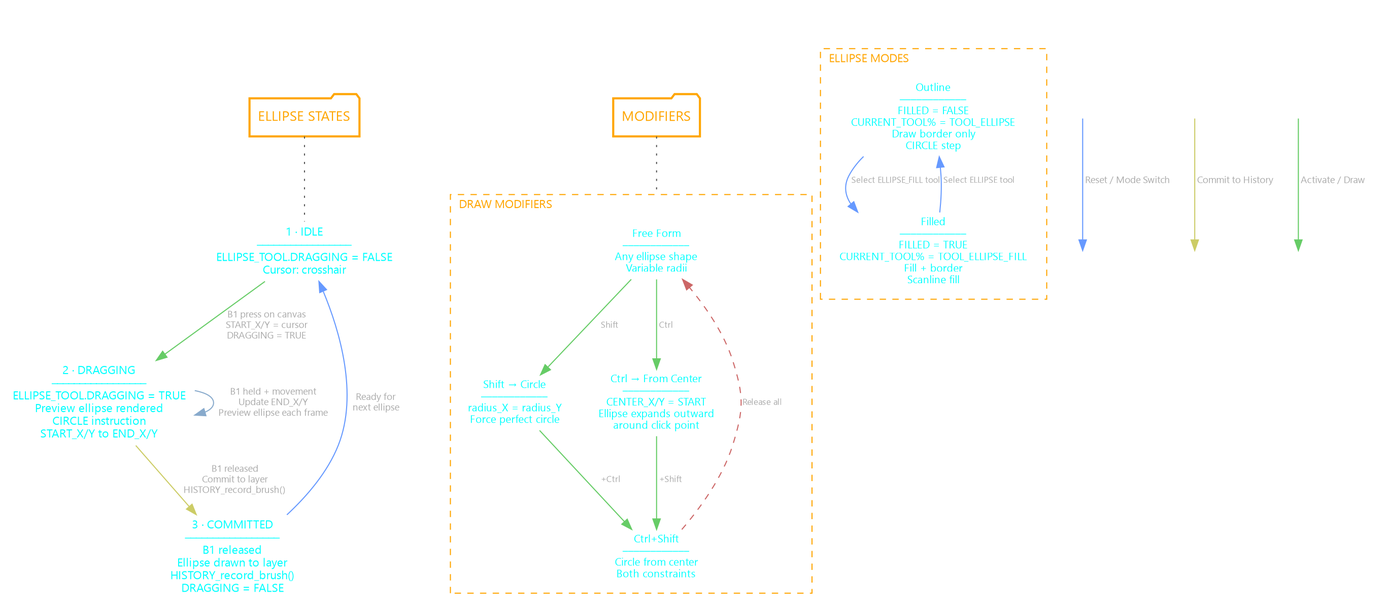
This is PLANS/diagrams/TOOLS/ELLIPSE-STATES.png from grymmjack/DRAW, a Graphviz export, as it was before one commit. Its source is kept beside it as PLANS/diagrams/TOOLS/ELLIPSE-STATES.DOT. Its diagram source:
```dot
digraph ELLIPSE_TOOL {
    label="ELLIPSE / FILLED ELLIPSE TOOL STATE MACHINE" labelloc=t labeljust=c
    ordering=out rankdir=TB
    fontcolor=white fontsize=24.0 fontname="Cascadia Code PL"
    splines=true compound=true
    bgcolor=transparent
    edge [
        color=gray fontcolor="#aaaaaa" fontsize=9.0
        fontname="Cascadia Code PL"
    ];
    node [
        color=white shape=rect style=""
        fontname="Cascadia Code PL" fontsize=11.0 fontcolor=cyan
    ];

    { node [shape=folder color=orange penwidth=2 fontcolor=orange fontsize=13.0];
        MAIN [label="ELLIPSE STATES"];
        MODS [label="MODIFIERS"];
    }

    S_IDLE [label="1 · IDLE\n─────────────────\nELLIPSE_TOOL.DRAGGING = FALSE\nCursor: crosshair"];
    S_DRAGGING [label="2 · DRAGGING\n─────────────────\nELLIPSE_TOOL.DRAGGING = TRUE\nPreview ellipse rendered\nCIRCLE instruction\nSTART_X/Y to END_X/Y"];
    S_COMMITTED [label="3 · COMMITTED\n─────────────────\nB1 released\nEllipse drawn to layer\nHISTORY_record_brush()\nDRAGGING = FALSE"];

    S_IDLE -> S_DRAGGING [label="  B1 press on canvas\n  START_X/Y = cursor\n  DRAGGING = TRUE" color="#66cc66"];
    S_DRAGGING -> S_DRAGGING [label="  B1 held + movement\n  Update END_X/Y\n  Preview ellipse each frame" color="#88aacc"];
    S_DRAGGING -> S_COMMITTED [label="  B1 released\n  Commit to layer\n  HISTORY_record_brush()" color="#cccc66"];
    S_COMMITTED -> S_IDLE [label="  Ready for\n  next ellipse" color="#6699ff"];

    subgraph cluster_modes {
        label="ELLIPSE MODES" labelloc=t labeljust=l
        fontcolor=orange fontsize=11.0 fontname="Cascadia Code PL"
        color=orange style=dashed penwidth=1

        EM_OUTLINE [label="Outline\n────────────\nFILLED = FALSE\nCURRENT_TOOL% = TOOL_ELLIPSE\nDraw border only\nCIRCLE step" fontsize=10.0];
        EM_FILLED [label="Filled\n────────────\nFILLED = TRUE\nCURRENT_TOOL% = TOOL_ELLIPSE_FILL\nFill + border\nScanline fill" fontsize=10.0];

        EM_OUTLINE -> EM_FILLED [label=" Select ELLIPSE_FILL tool" color="#6699ff" fontsize=8.0];
        EM_FILLED -> EM_OUTLINE [label=" Select ELLIPSE tool" color="#6699ff" fontsize=8.0];
    }

    subgraph cluster_mods {
        label="DRAW MODIFIERS" labelloc=t labeljust=l
        fontcolor=orange fontsize=11.0 fontname="Cascadia Code PL"
        color=orange style=dashed penwidth=1

        M_FREE [label="Free Form\n────────────\nAny ellipse shape\nVariable radii" fontsize=10.0];
        M_CIRCLE [label="Shift → Circle\n────────────\nradius_X = radius_Y\nForce perfect circle" fontsize=10.0];
        M_CENTER [label="Ctrl → From Center\n────────────\nCENTER_X/Y = START\nEllipse expands outward\naround click point" fontsize=10.0];
        M_BOTH [label="Ctrl+Shift\n────────────\nCircle from center\nBoth constraints" fontsize=10.0];

        M_FREE -> M_CIRCLE [label=" Shift" color="#66cc66" fontsize=8.0];
        M_FREE -> M_CENTER [label=" Ctrl" color="#66cc66" fontsize=8.0];
        M_CIRCLE -> M_BOTH [label=" +Ctrl" color="#66cc66" fontsize=8.0];
        M_CENTER -> M_BOTH [label=" +Shift" color="#66cc66" fontsize=8.0];
        M_BOTH -> M_FREE [label=" Release all" color="#cc6666" fontsize=8.0 style=dashed];
    }

    MAIN -> S_IDLE [arrowhead=none color="#555555" style=dotted];
    MODS -> M_FREE [arrowhead=none color="#555555" style=dotted lhead=cluster_mods];
    { rank=min; MAIN; MODS }

    subgraph cluster_legend {
        label="LEGEND" labelloc=t labeljust=l
        fontcolor=white fontsize=11.0 fontname="Cascadia Code PL"
        color=white style=dashed penwidth=1
        L1 [label="" shape=point width=0.01]; L2 [label="" shape=point width=0.01];
        L3 [label="" shape=point width=0.01]; L4 [label="" shape=point width=0.01];
        L5 [label="" shape=point width=0.01]; L6 [label="" shape=point width=0.01];
        L1 -> L2 [label=" Activate / Draw" arrowhead=normal color="#66cc66" fontsize=9.0];
        L3 -> L4 [label=" Commit to History" arrowhead=normal color="#cccc66" fontsize=9.0];
        L5 -> L6 [label=" Reset / Mode Switch" arrowhead=normal color="#6699ff" fontsize=9.0];
    }
}
```
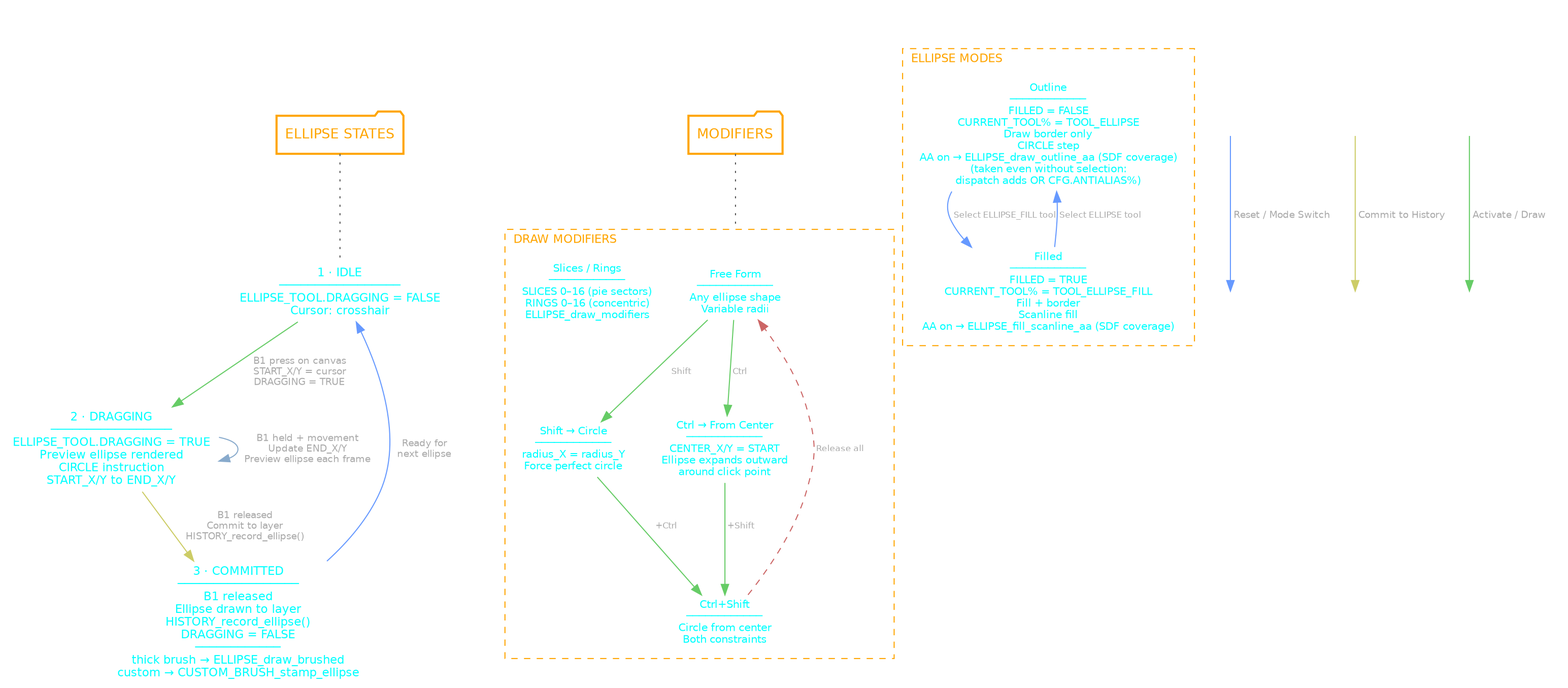
The same diagram one commit later.

Diff of the diagram source:
```diff
@@ -20,11 +20,11 @@
 
     S_IDLE [label="1 · IDLE\n─────────────────\nELLIPSE_TOOL.DRAGGING = FALSE\nCursor: crosshair"];
     S_DRAGGING [label="2 · DRAGGING\n─────────────────\nELLIPSE_TOOL.DRAGGING = TRUE\nPreview ellipse rendered\nCIRCLE instruction\nSTART_X/Y to END_X/Y"];
-    S_COMMITTED [label="3 · COMMITTED\n─────────────────\nB1 released\nEllipse drawn to layer\nHISTORY_record_brush()\nDRAGGING = FALSE"];
+    S_COMMITTED [label="3 · COMMITTED\n─────────────────\nB1 released\nEllipse drawn to layer\nHISTORY_record_ellipse()\nDRAGGING = FALSE\n────────────\nthick brush → ELLIPSE_draw_brushed\ncustom → CUSTOM_BRUSH_stamp_ellipse"];
 
     S_IDLE -> S_DRAGGING [label="  B1 press on canvas\n  START_X/Y = cursor\n  DRAGGING = TRUE" color="#66cc66"];
     S_DRAGGING -> S_DRAGGING [label="  B1 held + movement\n  Update END_X/Y\n  Preview ellipse each frame" color="#88aacc"];
-    S_DRAGGING -> S_COMMITTED [label="  B1 released\n  Commit to layer\n  HISTORY_record_brush()" color="#cccc66"];
+    S_DRAGGING -> S_COMMITTED [label="  B1 released\n  Commit to layer\n  HISTORY_record_ellipse()" color="#cccc66"];
     S_COMMITTED -> S_IDLE [label="  Ready for\n  next ellipse" color="#6699ff"];
 
     subgraph cluster_modes {
@@ -32,8 +32,8 @@
         fontcolor=orange fontsize=11.0 fontname="Cascadia Code PL"
         color=orange style=dashed penwidth=1
 
-        EM_OUTLINE [label="Outline\n────────────\nFILLED = FALSE\nCURRENT_TOOL% = TOOL_ELLIPSE\nDraw border only\nCIRCLE step" fontsize=10.0];
-        EM_FILLED [label="Filled\n────────────\nFILLED = TRUE\nCURRENT_TOOL% = TOOL_ELLIPSE_FILL\nFill + border\nScanline fill" fontsize=10.0];
+        EM_OUTLINE [label="Outline\n────────────\nFILLED = FALSE\nCURRENT_TOOL% = TOOL_ELLIPSE\nDraw border only\nCIRCLE step\nAA on → ELLIPSE_draw_outline_aa (SDF coverage)\n(taken even without selection:\ndispatch adds OR CFG.ANTIALIAS%)" fontsize=10.0];
+        EM_FILLED [label="Filled\n────────────\nFILLED = TRUE\nCURRENT_TOOL% = TOOL_ELLIPSE_FILL\nFill + border\nScanline fill\nAA on → ELLIPSE_fill_scanline_aa (SDF coverage)" fontsize=10.0];
 
         EM_OUTLINE -> EM_FILLED [label=" Select ELLIPSE_FILL tool" color="#6699ff" fontsize=8.0];
         EM_FILLED -> EM_OUTLINE [label=" Select ELLIPSE tool" color="#6699ff" fontsize=8.0];
@@ -48,6 +48,7 @@
         M_CIRCLE [label="Shift → Circle\n────────────\nradius_X = radius_Y\nForce perfect circle" fontsize=10.0];
         M_CENTER [label="Ctrl → From Center\n────────────\nCENTER_X/Y = START\nEllipse expands outward\naround click point" fontsize=10.0];
         M_BOTH [label="Ctrl+Shift\n────────────\nCircle from center\nBoth constraints" fontsize=10.0];
+        M_SLICES [label="Slices / Rings\n────────────\nSLICES 0–16 (pie sectors)\nRINGS 0–16 (concentric)\nELLIPSE_draw_modifiers" fontsize=10.0];
 
         M_FREE -> M_CIRCLE [label=" Shift" color="#66cc66" fontsize=8.0];
         M_FREE -> M_CENTER [label=" Ctrl" color="#66cc66" fontsize=8.0];
```
